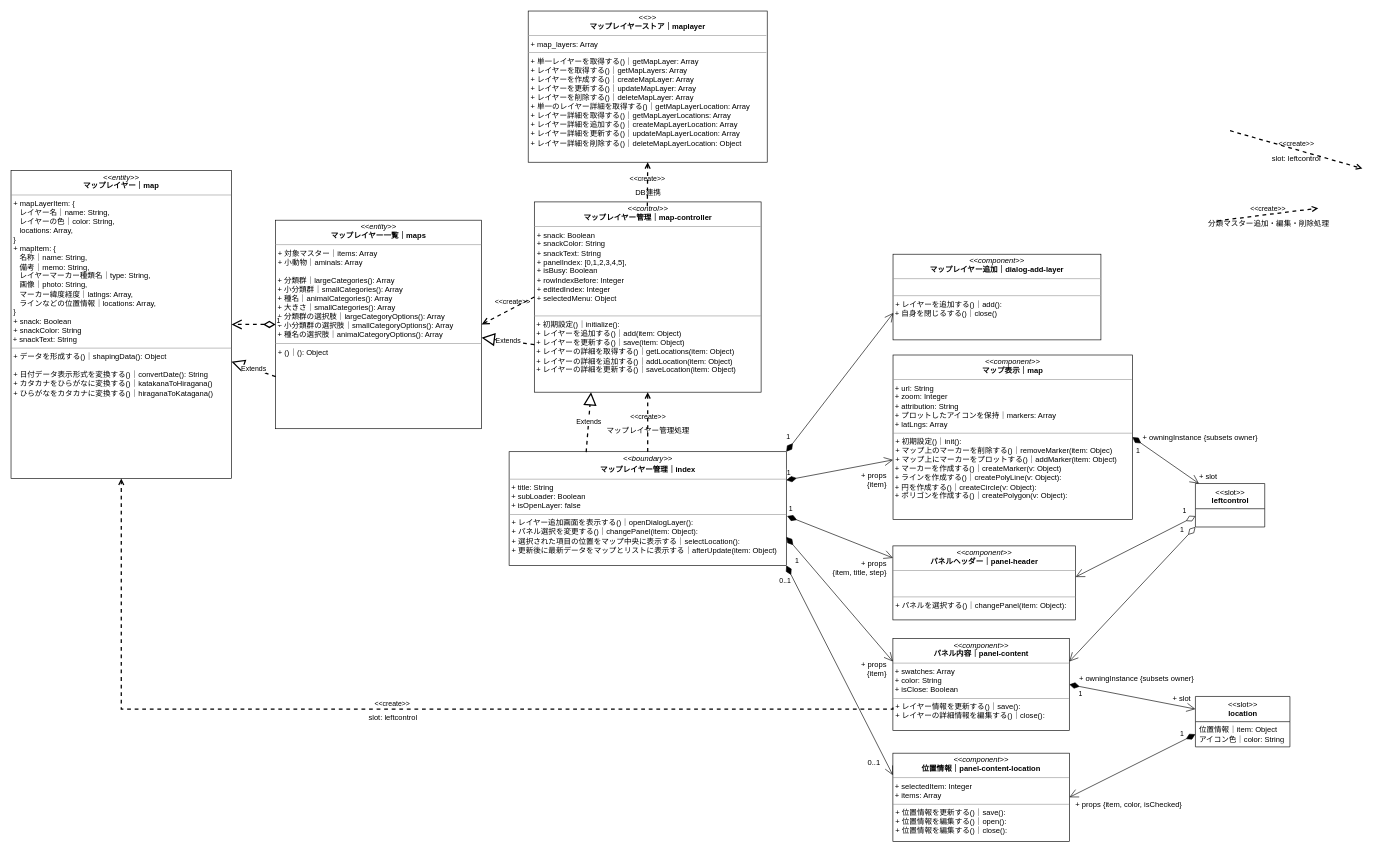
This is iriomote-anymaps.drawio from kaoru387/draw.io, a draw.io file, before an edit. Source tidied: cells renumbered, new cells numbered last; positions are measured from the earlier drawing's top-left corner, leaving out a move shared by most shapes. Both pictures are drawn from the tidied source at 63%, with x=0, y=0 at pixel (11, 11).
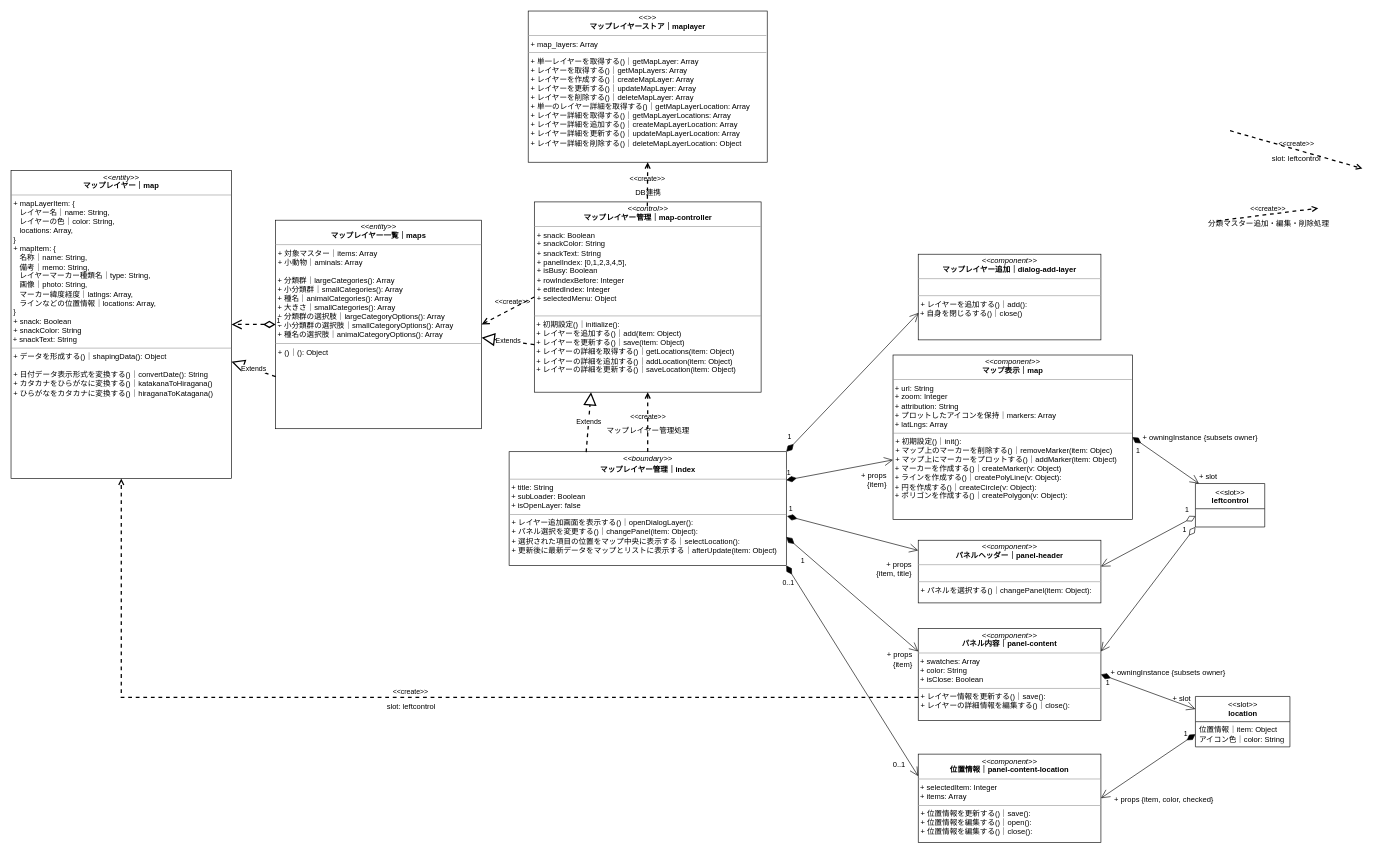
After the change.

Commit message:
iriomote-anymaps.drawio を更新します

The change refers to these unchanged cells:
```xml
<mxCell id="3" value="&lt;p style=&quot;margin:0px;margin-top:4px;text-align:center;&quot;&gt;&lt;i&gt;&amp;lt;&amp;lt;entity&amp;gt;&amp;gt;&lt;/i&gt;&lt;br&gt;&lt;b&gt;マップレイヤー｜map&lt;/b&gt;&lt;/p&gt;&lt;hr size=&quot;1&quot;&gt;&lt;p style=&quot;margin:0px;margin-left:4px;&quot;&gt;&lt;span style=&quot;background-color: initial;&quot;&gt;+ mapLayerItem: {&amp;nbsp;&lt;/span&gt;&lt;/p&gt;&lt;p style=&quot;margin:0px;margin-left:4px;&quot;&gt;&lt;span style=&quot;background-color: initial;&quot;&gt;&amp;nbsp; &amp;nbsp;レイヤー名｜name: String,&lt;/span&gt;&lt;br&gt;&lt;/p&gt;&lt;p style=&quot;margin:0px;margin-left:4px;&quot;&gt;&lt;span style=&quot;background-color: initial;&quot;&gt;&amp;nbsp; &amp;nbsp;レイヤーの色｜color: String,&lt;/span&gt;&lt;br&gt;&lt;/p&gt;&lt;p style=&quot;margin:0px;margin-left:4px;&quot;&gt;&lt;span style=&quot;background-color: initial;&quot;&gt;&amp;nbsp; &amp;nbsp;locations: Array,&lt;/span&gt;&lt;br&gt;&lt;/p&gt;&lt;p style=&quot;margin:0px;margin-left:4px;&quot;&gt;}&lt;/p&gt;&lt;p style=&quot;margin: 0px 0px 0px 4px;&quot;&gt;+&amp;nbsp;mapItem: {&lt;/p&gt;&lt;p style=&quot;margin: 0px 0px 0px 4px;&quot;&gt;&amp;nbsp; &amp;nbsp;名称｜name: String,&lt;br&gt;&lt;/p&gt;&lt;p style=&quot;margin: 0px 0px 0px 4px;&quot;&gt;&amp;nbsp; &amp;nbsp;備考｜memo: String,&lt;br&gt;&lt;/p&gt;&lt;p style=&quot;margin: 0px 0px 0px 4px;&quot;&gt;&amp;nbsp; &amp;nbsp;レイヤーマーカー種類名｜type: String,&lt;br&gt;&lt;/p&gt;&lt;p style=&quot;margin: 0px 0px 0px 4px;&quot;&gt;&amp;nbsp; &amp;nbsp;画像｜photo: String,&lt;br&gt;&lt;/p&gt;&lt;p style=&quot;margin: 0px 0px 0px 4px;&quot;&gt;&amp;nbsp; &amp;nbsp;マーカー緯度経度｜latlngs: Array,&lt;br&gt;&lt;/p&gt;&lt;p style=&quot;margin: 0px 0px 0px 4px;&quot;&gt;&amp;nbsp; &amp;nbsp;ラインなどの位置情報｜locations: Array,&lt;br&gt;&lt;/p&gt;&lt;p style=&quot;margin: 0px 0px 0px 4px;&quot;&gt;}&lt;/p&gt;&lt;p style=&quot;margin: 0px 0px 0px 4px;&quot;&gt;&lt;span style=&quot;background-color: initial;&quot;&gt;+&amp;nbsp;snack: Boolean&lt;/span&gt;&lt;br&gt;&lt;/p&gt;&lt;p style=&quot;margin: 0px 0px 0px 4px;&quot;&gt;+&amp;nbsp;snackColor: String&lt;span style=&quot;background-color: initial;&quot;&gt;&lt;br&gt;&lt;/span&gt;&lt;/p&gt;&amp;nbsp;+&amp;nbsp;snackText&lt;span style=&quot;background-color: initial;&quot;&gt;: String&lt;/span&gt;&lt;br&gt;&lt;hr size=&quot;1&quot;&gt;&lt;p style=&quot;margin:0px;margin-left:4px;&quot;&gt;+ データを形成する()｜shapingData(): Object&lt;br&gt;&lt;/p&gt;&lt;p style=&quot;margin:0px;margin-left:4px;&quot;&gt;&lt;br&gt;&lt;/p&gt;&lt;p style=&quot;margin:0px;margin-left:4px;&quot;&gt;+ 日付データ表示形式を変換する()｜convertDate(): String&lt;br&gt;&lt;/p&gt;&lt;p style=&quot;margin:0px;margin-left:4px;&quot;&gt;+ カタカナをひらがなに変換する()｜katakanaToHiragana()&lt;/p&gt;&lt;p style=&quot;margin:0px;margin-left:4px;&quot;&gt;+ ひらがなをカタカナ&lt;span style=&quot;background-color: initial;&quot;&gt;に変換する()｜hiraganaToKatagana()&lt;/span&gt;&lt;/p&gt;" style="verticalAlign=top;align=left;overflow=fill;fontSize=12;fontFamily=Helvetica;html=1;" parent="1" vertex="1">
  <mxGeometry y="253" width="350" height="489" as="geometry" />
</mxCell>
```

Diff of the diagram source:
```diff
@@
     <mxCell id="5" value="&lt;p style=&quot;margin:0px;margin-top:4px;text-align:center;&quot;&gt;&lt;i&gt;&amp;lt;&amp;lt;&lt;/i&gt;&lt;i&gt;component&lt;/i&gt;&lt;i&gt;&amp;gt;&amp;gt;&lt;/i&gt;&lt;br&gt;&lt;b&gt;マップレイヤー追加｜&lt;/b&gt;&lt;b style=&quot;background-color: initial;&quot;&gt;dialog-add-layer&lt;/b&gt;&lt;/p&gt;&lt;hr size=&quot;1&quot;&gt;&lt;div&gt;&lt;/div&gt;&lt;br&gt;&lt;hr size=&quot;1&quot;&gt;&lt;p style=&quot;margin:0px;margin-left:4px;&quot;&gt;+ レイヤーを追加する()｜add():&amp;nbsp;&lt;/p&gt;&amp;nbsp;+ 自身を閉じるする()｜close()" style="verticalAlign=top;align=left;overflow=fill;fontSize=12;fontFamily=Helvetica;html=1;" parent="1" vertex="1">
-      <mxGeometry x="1400" y="386" width="330" height="136" as="geometry" />
+      <mxGeometry x="1440" y="386" width="290" height="136" as="geometry" />
     </mxCell>
@@
-    <mxCell id="10" value="&lt;p style=&quot;margin:0px;margin-top:4px;text-align:center;&quot;&gt;&lt;i&gt;&amp;lt;&amp;lt;&lt;/i&gt;&lt;i&gt;component&lt;/i&gt;&lt;i&gt;&amp;gt;&amp;gt;&lt;/i&gt;&lt;br&gt;&lt;b&gt;パネルヘッダー｜&lt;/b&gt;&lt;b style=&quot;background-color: initial;&quot;&gt;panel-header&lt;/b&gt;&lt;/p&gt;&lt;hr size=&quot;1&quot;&gt;&lt;div&gt;&lt;br&gt;&lt;/div&gt;&lt;br&gt;&lt;hr size=&quot;1&quot;&gt;&lt;p style=&quot;margin:0px;margin-left:4px;&quot;&gt;+ パネルを選択する()｜changePanel(item: Object):&amp;nbsp;&lt;/p&gt;" style="verticalAlign=top;align=left;overflow=fill;fontSize=12;fontFamily=Helvetica;html=1;" parent="1" vertex="1">
-      <mxGeometry x="1399.8" y="849" width="290" height="117.5" as="geometry" />
+    <mxCell id="10" value="&lt;p style=&quot;margin:0px;margin-top:4px;text-align:center;&quot;&gt;&lt;i&gt;&amp;lt;&amp;lt;&lt;/i&gt;&lt;i&gt;component&lt;/i&gt;&lt;i&gt;&amp;gt;&amp;gt;&lt;/i&gt;&lt;br&gt;&lt;b&gt;パネルヘッダー｜&lt;/b&gt;&lt;b style=&quot;background-color: initial;&quot;&gt;panel-header&lt;/b&gt;&lt;/p&gt;&lt;hr size=&quot;1&quot;&gt;&lt;div&gt;&lt;/div&gt;&lt;br&gt;&lt;hr size=&quot;1&quot;&gt;&lt;p style=&quot;margin:0px;margin-left:4px;&quot;&gt;+ パネルを選択する()｜changePanel(item: Object):&amp;nbsp;&lt;/p&gt;" style="verticalAlign=top;align=left;overflow=fill;fontSize=12;fontFamily=Helvetica;html=1;" parent="1" vertex="1">
+      <mxGeometry x="1440" y="840" width="290" height="99.5" as="geometry" />
     </mxCell>
@@
     <mxCell id="17" value="&lt;p style=&quot;margin:0px;margin-top:4px;text-align:center;&quot;&gt;&lt;i&gt;&amp;lt;&amp;lt;component&amp;gt;&amp;gt;&lt;/i&gt;&lt;br&gt;&lt;b&gt;パネル内容｜&lt;/b&gt;&lt;b style=&quot;background-color: initial;&quot;&gt;panel-content&lt;/b&gt;&lt;/p&gt;&lt;hr size=&quot;1&quot;&gt;&lt;div&gt;&lt;span style=&quot;background-color: initial;&quot;&gt;&amp;nbsp;+ swatches: Array&lt;/span&gt;&lt;/div&gt;&amp;nbsp;+ color: String&lt;br&gt;&amp;nbsp;+&amp;nbsp;isClose: Boolean&lt;br&gt;&lt;hr size=&quot;1&quot;&gt;&lt;p style=&quot;margin:0px;margin-left:4px;&quot;&gt;&lt;span style=&quot;background-color: initial;&quot;&gt;+ レイヤー情報を更新する()｜save():&amp;nbsp;&lt;/span&gt;&lt;br&gt;&lt;/p&gt;&lt;p style=&quot;margin:0px;margin-left:4px;&quot;&gt;+ レイヤーの詳細情報を編集する()｜close():&amp;nbsp;&lt;span style=&quot;background-color: initial;&quot;&gt;&lt;br&gt;&lt;/span&gt;&lt;/p&gt;" style="verticalAlign=top;align=left;overflow=fill;fontSize=12;fontFamily=Helvetica;html=1;" parent="1" vertex="1">
-      <mxGeometry x="1399.8" y="996" width="280" height="146" as="geometry" />
+      <mxGeometry x="1440" y="980" width="290" height="146" as="geometry" />
     </mxCell>
@@
     <mxCell id="20" value="&amp;lt;&amp;lt;create&amp;gt;&amp;gt;" style="endArrow=open;html=1;rounded=0;align=center;verticalAlign=bottom;dashed=1;endFill=0;labelBackgroundColor=none;fontColor=#000000;startSize=22;endSize=6;sourcePerimeterSpacing=0;targetPerimeterSpacing=0;strokeWidth=2;jumpSize=6;entryX=0.5;entryY=1;entryDx=0;entryDy=0;exitX=0;exitY=0.75;exitDx=0;exitDy=0;edgeStyle=orthogonalEdgeStyle;" parent="1" edge="1" source="17" target="3">
       <mxGeometry relative="1" as="geometry">
         <Array as="points">
-          <mxPoint x="1400" y="1108" />
-          <mxPoint x="175" y="1108" />
+          <mxPoint x="175" y="1090" />
         </Array>
       </mxGeometry>
     </mxCell>
@@
     <mxCell id="25" value="&lt;p style=&quot;margin:0px;margin-top:4px;text-align:center;&quot;&gt;&lt;i&gt;&amp;lt;&amp;lt;&lt;/i&gt;&lt;i&gt;component&lt;/i&gt;&lt;i&gt;&amp;gt;&amp;gt;&lt;/i&gt;&lt;br&gt;&lt;b&gt;位置情報｜&lt;/b&gt;&lt;b style=&quot;background-color: initial;&quot;&gt;panel-content-location&lt;/b&gt;&lt;/p&gt;&lt;hr size=&quot;1&quot;&gt;&lt;div&gt;&lt;span style=&quot;background-color: initial;&quot;&gt;&amp;nbsp;+ selectedItem: Integer&lt;/span&gt;&lt;/div&gt;&lt;div&gt;&lt;/div&gt;&amp;nbsp;+ items: Array&lt;br&gt;&lt;hr size=&quot;1&quot;&gt;&lt;p style=&quot;margin:0px;margin-left:4px;&quot;&gt;&lt;span style=&quot;background-color: initial;&quot;&gt;+&amp;nbsp;&lt;/span&gt;位置&lt;span style=&quot;background-color: initial;&quot;&gt;情報を更新する()｜save():&amp;nbsp;&lt;/span&gt;&lt;br&gt;&lt;/p&gt;&lt;p style=&quot;margin:0px;margin-left:4px;&quot;&gt;+ 位置情報を編集する()｜open():&amp;nbsp;&lt;span style=&quot;background-color: initial;&quot;&gt;&lt;br&gt;&lt;/span&gt;&lt;/p&gt;&lt;p style=&quot;margin:0px;margin-left:4px;&quot;&gt;+ 位置情報を編集する()｜close():&amp;nbsp;&lt;br&gt;&lt;/p&gt;" style="verticalAlign=top;align=left;overflow=fill;fontSize=12;fontFamily=Helvetica;html=1;" parent="1" vertex="1">
-      <mxGeometry x="1399.8" y="1178" width="280.2" height="140" as="geometry" />
+      <mxGeometry x="1440" y="1179.5" width="290" height="140" as="geometry" />
     </mxCell>
@@
-    <mxCell id="35" value="+ props {item, color, isChecked}" style="html=1;align=right;verticalAlign=bottom;labelBackgroundColor=none;" parent="1" vertex="1">
-      <mxGeometry x="1710" y="1268" width="150" as="geometry" />
+    <mxCell id="35" value="+ props {item, color, checked}" style="html=1;align=right;verticalAlign=bottom;labelBackgroundColor=none;" parent="1" vertex="1">
+      <mxGeometry x="1760" y="1260" width="150" as="geometry" />
     </mxCell>
     <mxCell id="36" value="0..1" style="html=1;align=left;verticalAlign=top;labelBackgroundColor=none;" parent="1" vertex="1">
-      <mxGeometry x="1367" y="1178" as="geometry">
+      <mxGeometry x="1407.2" y="1179.5" as="geometry">
         <mxPoint x="-9" y="2" as="offset" />
       </mxGeometry>
     </mxCell>
@@
-    <mxCell id="41" value="+ props &lt;br&gt;{item, title, step}" style="html=1;align=right;verticalAlign=bottom;labelBackgroundColor=none;" parent="1" vertex="1">
-      <mxGeometry x="1390" y="900" as="geometry" />
+    <mxCell id="41" value="+ props &lt;br&gt;{item, title}" style="html=1;align=right;verticalAlign=bottom;labelBackgroundColor=none;" parent="1" vertex="1">
+      <mxGeometry x="1430.2" y="901.5" as="geometry" />
     </mxCell>
@@
     <mxCell id="44" value="+ owningInstance {subsets owner}" style="html=1;align=right;verticalAlign=bottom;labelBackgroundColor=none;" parent="1" vertex="1">
-      <mxGeometry x="1878" y="1068" as="geometry" />
+      <mxGeometry x="1928" y="1059" as="geometry" />
     </mxCell>
     <mxCell id="45" value="+ props &lt;br&gt;{item}" style="html=1;align=right;verticalAlign=bottom;labelBackgroundColor=none;" parent="1" vertex="1">
-      <mxGeometry x="1390" y="1060" as="geometry" />
+      <mxGeometry x="1431.2" y="1044.5" as="geometry" />
     </mxCell>
```
